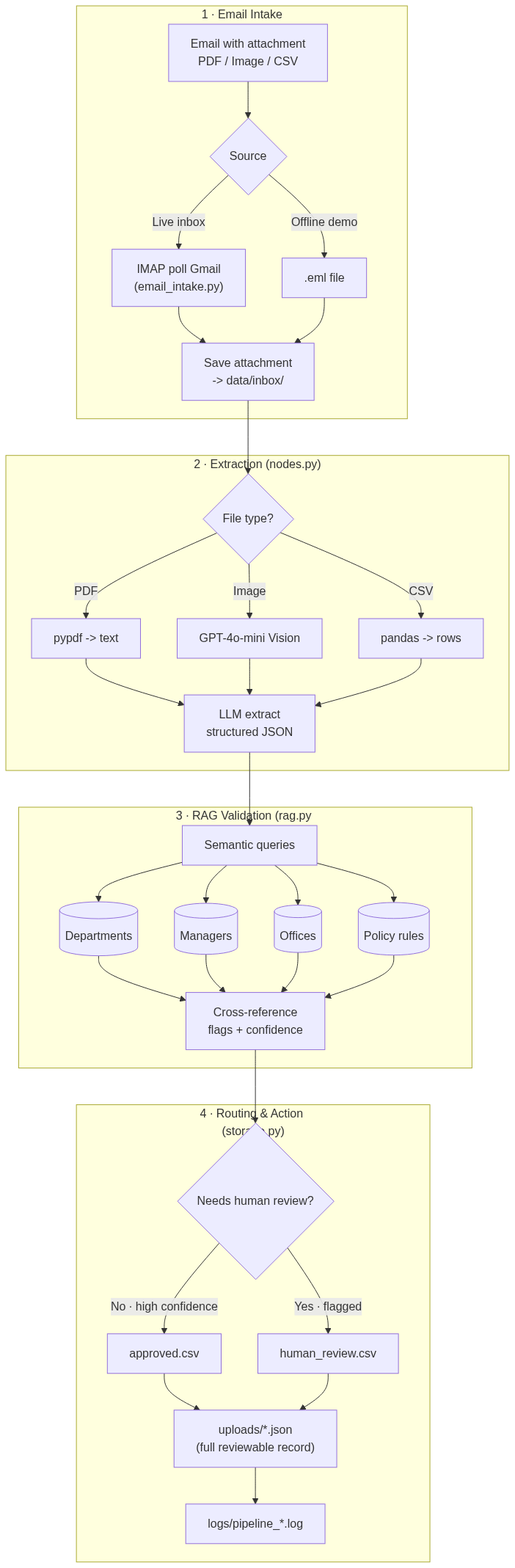
This is docs/architecture.png from heshara2000/agentic-ai-email-processor, a Mermaid export, as it was before one commit. Its source is kept beside it as docs/architecture.mmd.
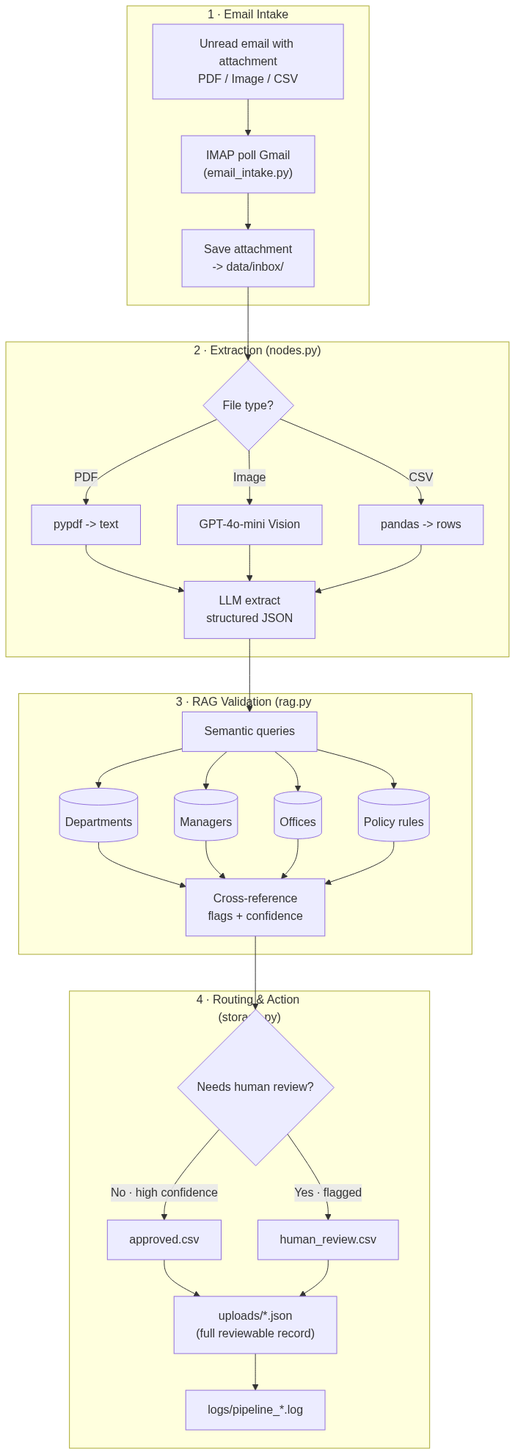
After the change.

Commit message:
email  verification for unread emails

Diff of the diagram source:
```diff
@@ -1,10 +1,7 @@
 flowchart TD
     subgraph INTAKE["1 · Email Intake"]
-        A["Email with attachment<br/>PDF / Image / CSV"] --> B{"Source"}
-        B -->|"Live inbox"| C["IMAP poll Gmail<br/>(email_intake.py)"]
-        B -->|"Offline demo"| D[".eml file"]
+        A["Unread email with attachment<br/>PDF / Image / CSV"] --> C["IMAP poll Gmail<br/>(email_intake.py)"]
         C --> E["Save attachment<br/>-> data/inbox/"]
-        D --> E
     end
 
     subgraph EXTRACT["2 · Extraction (nodes.py)"]
```
